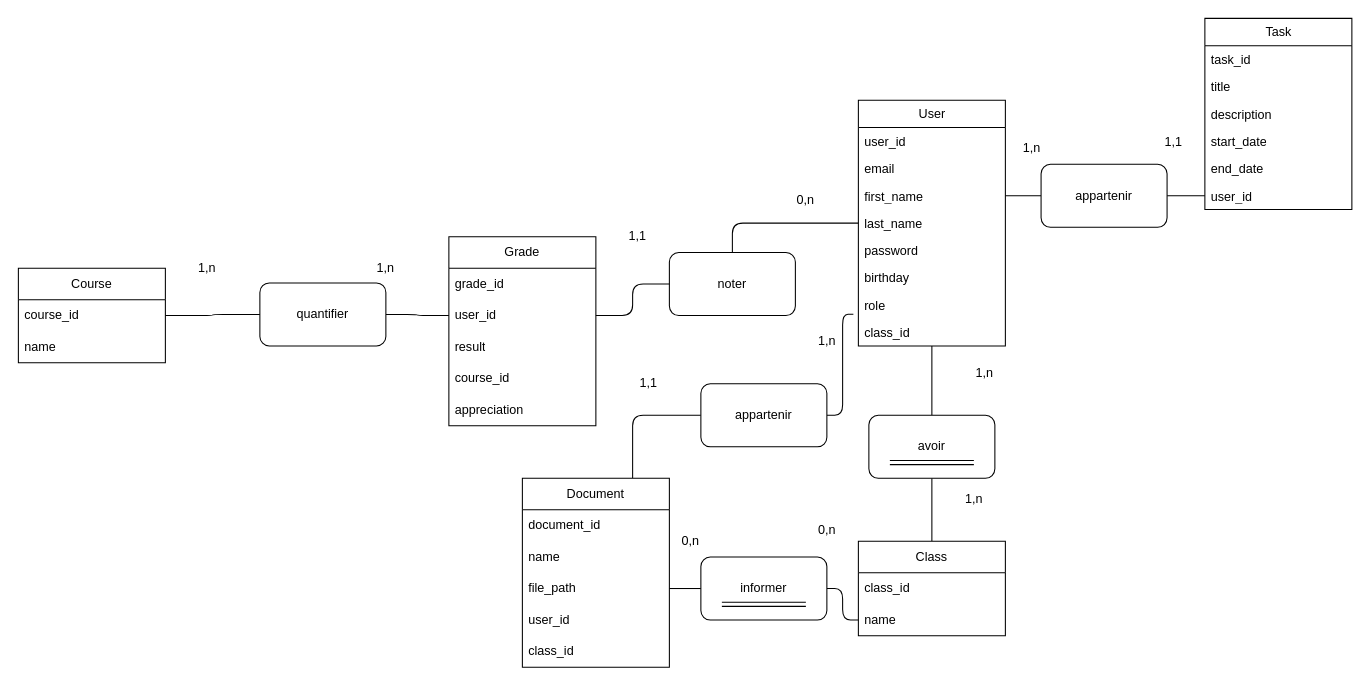
augustin-yvon/moonshot keeps this draw.io diagram as mcd.drawio. Above is the earlier version. Source tidied: cells renumbered, new cells numbered last; positions are measured from the earlier drawing's top-left corner, leaving out a move shared by most shapes. Both pictures are drawn from the tidied source at 105%, with x=0, y=0 at pixel (18, 18).
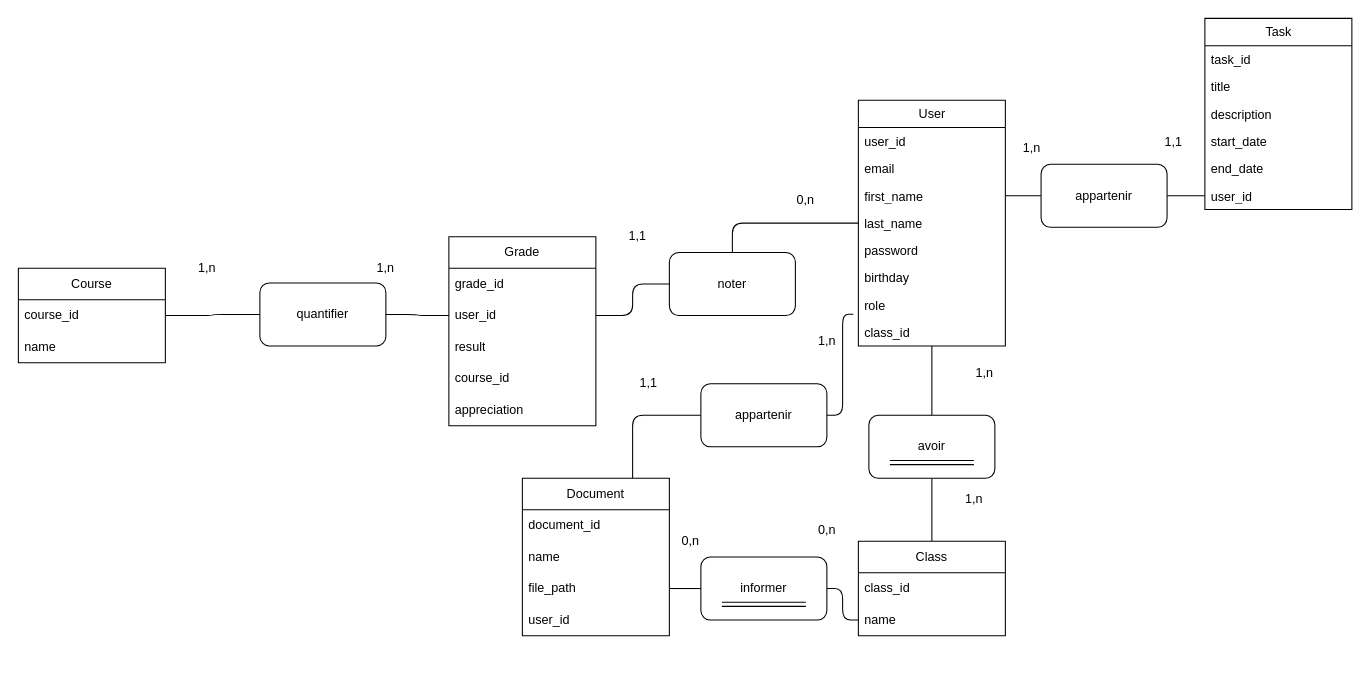
The same page after the edit.

Commit message:
correction mcd

What changed in the source:
```diff
@@
     <mxCell id="46" value="Document" style="swimlane;fontStyle=0;horizontal=1;startSize=30;whiteSpace=wrap;html=1;rounded=0;" parent="1" vertex="1">
-      <mxGeometry x="480" y="438" width="140" height="180" as="geometry" />
+      <mxGeometry x="480" y="438" width="140" height="150" as="geometry" />
     </mxCell>
@@
-    <mxCell id="51" value="class_id" style="text;strokeColor=none;fillColor=none;align=left;verticalAlign=middle;spacingLeft=4;spacingRight=4;overflow=hidden;whiteSpace=wrap;html=1;rounded=0;" parent="46" vertex="1">
-      <mxGeometry y="150" width="140" height="30" as="geometry" />
-    </mxCell>
```
